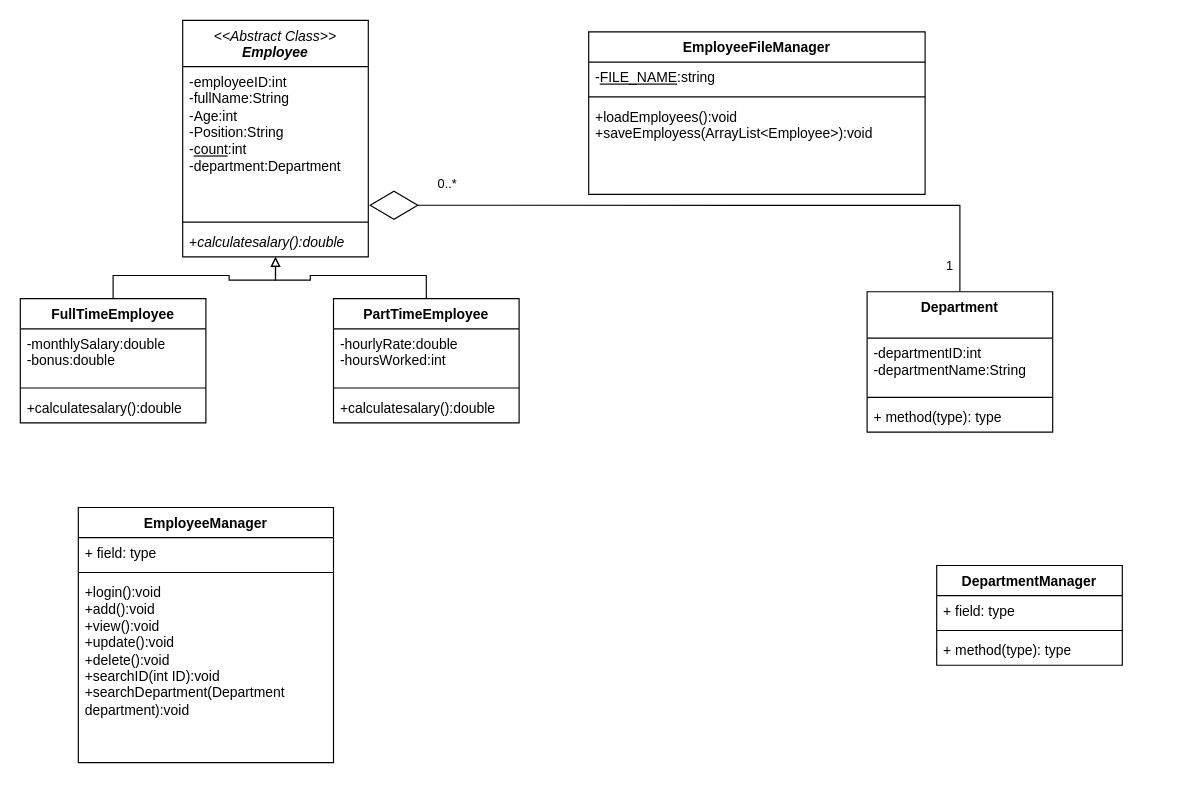
The draw.io diagram lab7UML.drawio in alymoataz/Employee-Management-System, before the edit. Source tidied: cells renumbered, new cells numbered last; positions are measured from the earlier drawing's top-left corner, leaving out a move shared by most shapes. Both pictures are drawn from the tidied source at 116%, with x=0, y=0 at pixel (20, 20).
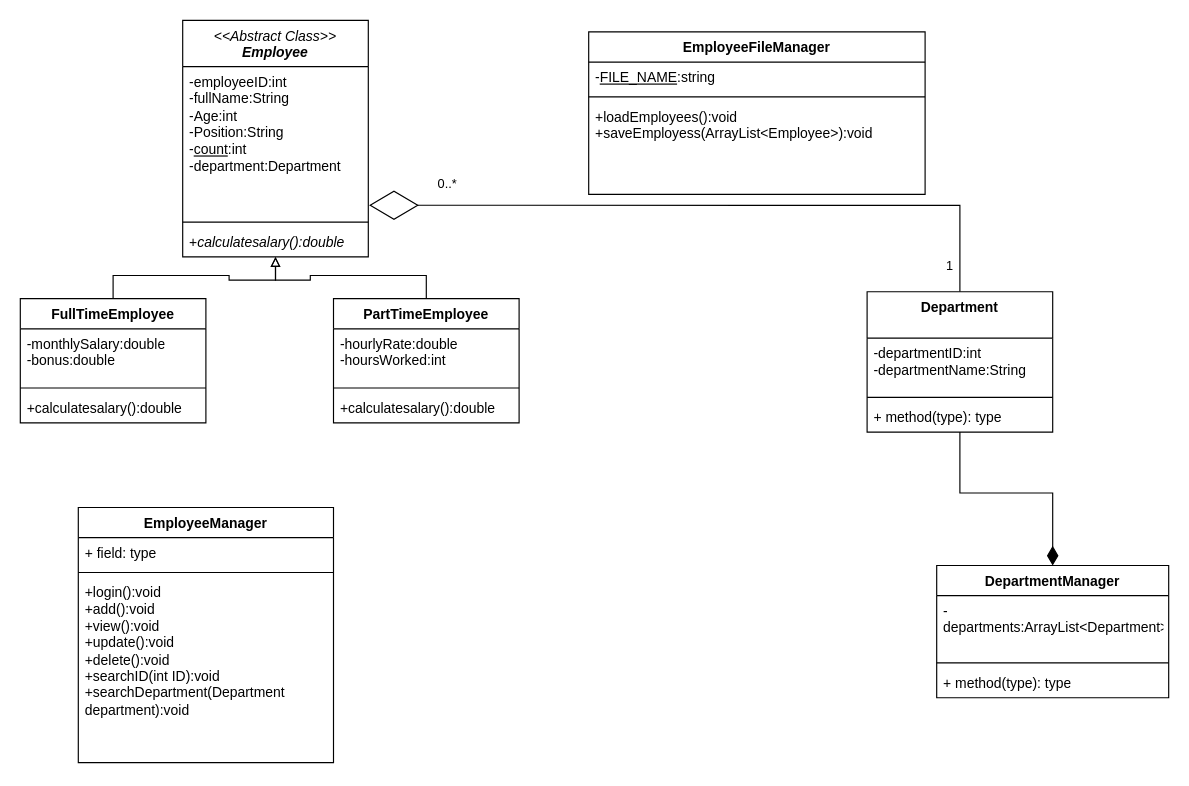
The same diagram, later.

The change refers to these unchanged cells:
```xml
<mxCell id="23" value="&lt;div&gt;&lt;span style=&quot;background-color: transparent; color: light-dark(#000000, var(--ge-light-color, #ffffff));&quot;&gt;Department&lt;/span&gt;&lt;/div&gt;&lt;div&gt;&lt;br&gt;&lt;/div&gt;" style="swimlane;fontStyle=1;align=center;verticalAlign=top;horizontal=1;startSize=40;whiteSpace=wrap;html=1;" parent="1" vertex="1">
  <mxGeometry x="730" y="234" width="160" height="121" as="geometry" />
</mxCell>
```

Diff of the diagram source:
```diff
@@
+    <mxCell id="35" style="edgeStyle=orthogonalEdgeStyle;rounded=0;jettySize=auto;html=1;exitX=0.5;exitY=1;exitDx=0;exitDy=0;entryX=0.5;entryY=0;entryDx=0;entryDy=0;defaultLabelBackgroundColor=page;labelPadding=0 4;endArrow=diamondThin;endFill=1;endSize=14;" parent="1" edge="1" source="23" target="31">
+      <mxGeometry x="0.01" relative="1" as="geometry" />
+    </mxCell>
@@
     <mxCell id="31" value="DepartmentManager" style="swimlane;fontStyle=1;align=center;verticalAlign=top;horizontal=1;startSize=26;whiteSpace=wrap;html=1;" parent="1" vertex="1">
-      <mxGeometry x="790" y="470" width="160" height="86" as="geometry" />
+      <mxGeometry x="790" y="470" width="200" height="114" as="geometry" />
     </mxCell>
-    <mxCell id="32" value="+ field: type" style="text;strokeColor=none;fillColor=none;align=left;verticalAlign=top;spacingLeft=4;spacingRight=4;overflow=hidden;whiteSpace=wrap;html=1;" parent="31" vertex="1">
-      <mxGeometry y="26" width="160" height="26" as="geometry" />
+    <mxCell id="32" value="-departments:ArrayList&amp;lt;Department&amp;gt;" style="text;strokeColor=none;fillColor=none;align=left;verticalAlign=top;spacingLeft=4;spacingRight=4;overflow=hidden;whiteSpace=wrap;html=1;" parent="31" vertex="1">
+      <mxGeometry y="26" width="200" height="54" as="geometry" />
     </mxCell>
     <mxCell id="33" style="line;strokeWidth=1;fillColor=none;align=left;verticalAlign=middle;spacingTop=-1;spacingLeft=3;spacingRight=3;labelPosition=right;strokeColor=inherit;labelPerimeter=1;" parent="31" vertex="1">
-      <mxGeometry y="52" width="160" height="8" as="geometry" />
+      <mxGeometry y="80" width="200" height="8" as="geometry" />
     </mxCell>
     <mxCell id="34" value="+ method(type): type" style="text;strokeColor=none;fillColor=none;align=left;verticalAlign=top;spacingLeft=4;spacingRight=4;overflow=hidden;whiteSpace=wrap;html=1;" parent="31" vertex="1">
-      <mxGeometry y="60" width="160" height="26" as="geometry" />
+      <mxGeometry y="88" width="200" height="26" as="geometry" />
     </mxCell>
```
